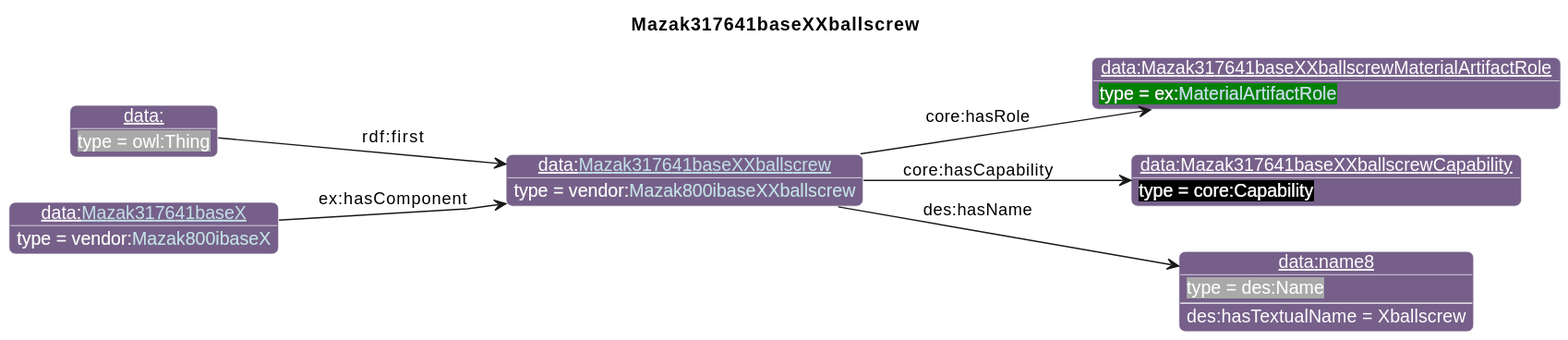
Before: diagrams/Mazak317641baseXXballscrew.svg, a diagram exported from PlantUML (iofoundry/example-syseng-mtconnect).
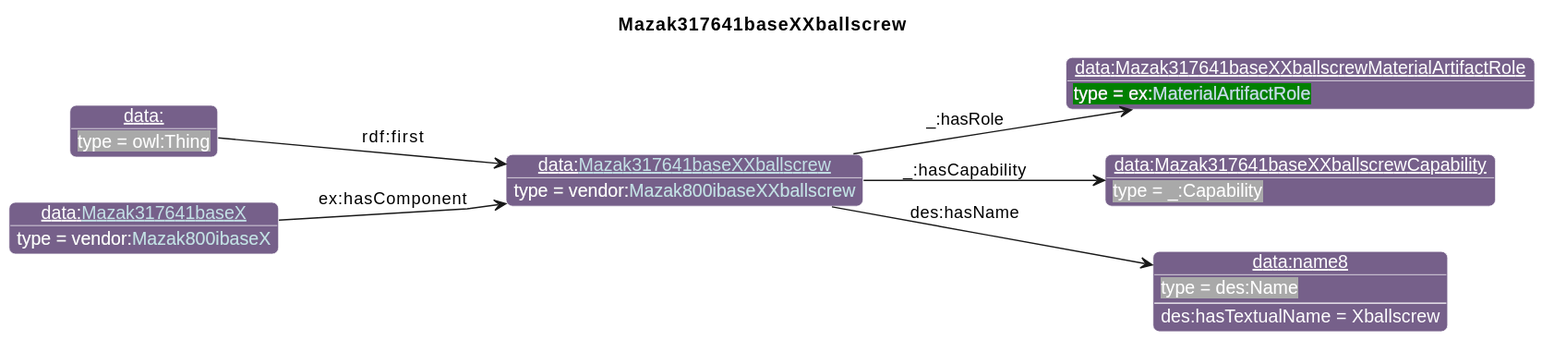
Later version of the same file.

Diff of the diagram source:
```diff
@@ -27,12 +27,12 @@
       }
 individual(o0, data:[[./Mazak317641baseXXballscrew.html Mazak317641baseXXballscrew]], vendor:[[../Mazak.html#Mazak800ibaseXXballscrew Mazak800ibaseXXballscrew]])
 individual(o1, data:Mazak317641baseXXballscrewMaterialArtifactRole, ex:[[../Example.html#MaterialArtifactRole MaterialArtifactRole]])
-individual(o2, data:Mazak317641baseXXballscrewCapability, core:Capability)
+individual(o2, data:Mazak317641baseXXballscrewCapability, _:Capability)
 individual(o3, data:name8, des:Name)
 individual(o4, data:, owl:Thing)
 individual(o5, data:[[./Mazak317641baseX.html Mazak317641baseX]], vendor:[[../Mazak.html#Mazak800ibaseX Mazak800ibaseX]])
-property(o0, "core:hasRole", o1)
-property(o0, "core:hasCapability", o2)
+property(o0, "_:hasRole", o1)
+property(o0, "_:hasCapability", o2)
 property(o0, "des:hasName", o3)
 data(o3, "des:hasTextualName", "Xballscrew")
 property(o4, "rdf:first", o0)
```
